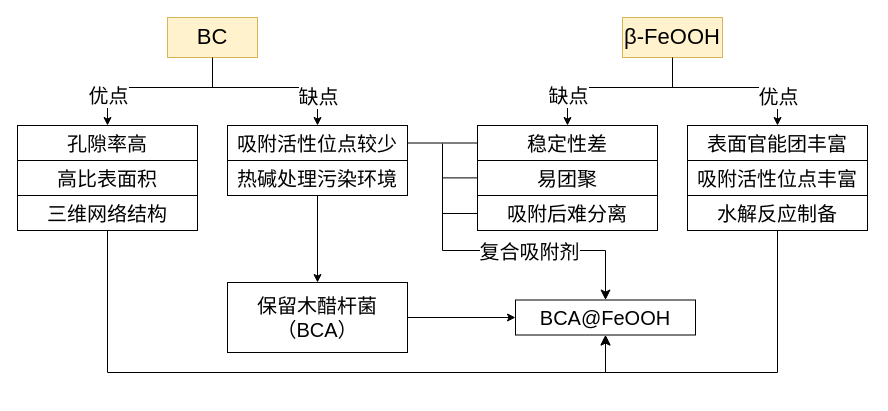
Before: 答辩.drawio in liuzhongkun1/drawio, a draw.io diagram. Source tidied: cells renumbered, new cells numbered last; positions are measured from the earlier drawing's top-left corner, leaving out a move shared by most shapes. Both pictures are drawn from the tidied source at 100%, with x=0, y=0 at pixel (17, 17).
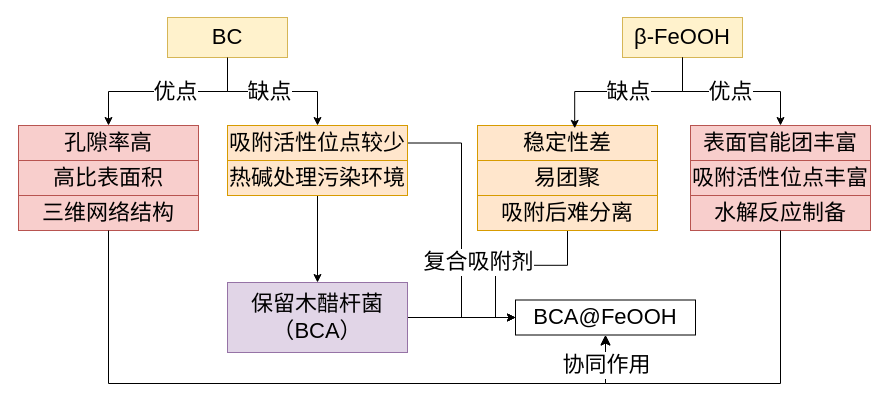
The same page after the edit.

Change to the diagram source:
```diff
@@
+    <mxCell id="34" style="edgeStyle=orthogonalEdgeStyle;rounded=0;jettySize=auto;html=1;entryX=0.5;entryY=0;entryDx=0;entryDy=0;fontSize=22;" parent="1" edge="1" source="2" target="4">
+      <mxGeometry relative="1" as="geometry" />
+    </mxCell>
+    <mxCell id="35" value="&lt;font&gt;缺点&lt;/font&gt;" style="edgeLabel;html=1;align=center;verticalAlign=middle;labelBackgroundColor=default;fontSize=22;" parent="34" vertex="1">
+      <mxGeometry x="-0.05" y="3" relative="1" as="geometry">
+        <mxPoint y="3" as="offset" />
+      </mxGeometry>
+    </mxCell>
-    <mxCell id="2" value="&lt;font style=&quot;font-size: 22px;&quot;&gt;BC&lt;/font&gt;" style="rounded=0;whiteSpace=wrap;html=1;fillColor=#fff2cc;strokeColor=#d6b656;" parent="1" vertex="1">
-      <mxGeometry x="150" width="90" height="40" as="geometry" />
+    <mxCell id="2" value="&lt;font&gt;BC&lt;/font&gt;" style="rounded=0;whiteSpace=wrap;html=1;fillColor=#fff2cc;strokeColor=#d6b656;fontSize=22;" parent="1" vertex="1">
+      <mxGeometry x="150" width="120" height="40" as="geometry" />
     </mxCell>
-    <mxCell id="3" value="&lt;font style=&quot;font-size: 20px;&quot;&gt;孔隙率高&lt;/font&gt;" style="rounded=0;whiteSpace=wrap;html=1;align=center;verticalAlign=middle;" parent="1" vertex="1">
-      <mxGeometry y="108" width="180" height="35" as="geometry" />
+    <mxCell id="3" value="&lt;font&gt;孔隙率高&lt;/font&gt;" style="rounded=0;whiteSpace=wrap;html=1;align=center;verticalAlign=middle;fillColor=#f8cecc;strokeColor=#b85450;fontSize=22;" parent="1" vertex="1">
+      <mxGeometry x="1" y="108" width="180" height="35" as="geometry" />
     </mxCell>
+    <mxCell id="36" style="edgeStyle=orthogonalEdgeStyle;rounded=0;jettySize=auto;html=1;entryX=0;entryY=0.5;entryDx=0;entryDy=0;" parent="1" edge="1" source="4" target="31">
+      <mxGeometry relative="1" as="geometry" />
+    </mxCell>
-    <mxCell id="4" value="&lt;font style=&quot;font-size: 20px;&quot;&gt;吸附活性位点较少&lt;/font&gt;" style="rounded=0;whiteSpace=wrap;html=1;align=center;verticalAlign=middle;" parent="1" vertex="1">
+    <mxCell id="4" value="&lt;font&gt;吸附活性位点较少&lt;/font&gt;" style="rounded=0;whiteSpace=wrap;html=1;align=center;verticalAlign=middle;fillColor=#ffe6cc;strokeColor=#d79b00;fontSize=22;" parent="1" vertex="1">
       <mxGeometry x="210" y="108" width="180" height="35" as="geometry" />
     </mxCell>
-    <mxCell id="5" style="endArrow=classic;startArrow=classic;html=1;rounded=0;exitX=0.5;exitY=0;exitDx=0;exitDy=0;" parent="1" edge="1" source="3" target="4">
-      <mxGeometry relative="1" as="geometry">
-        <Array as="points">
-          <mxPoint x="90" y="70" />
-          <mxPoint x="300" y="70" />
-        </Array>
-      </mxGeometry>
-    </mxCell>
-    <mxCell id="6" value="缺点" style="edgeLabel;html=1;align=center;verticalAlign=middle;fontSize=20;" parent="5" vertex="1">
-      <mxGeometry x="0.82" y="-2" relative="1" as="geometry">
-        <mxPoint x="2" y="-4" as="offset" />
-      </mxGeometry>
-    </mxCell>
-    <mxCell id="7" value="优点" style="edgeLabel;html=1;align=center;verticalAlign=middle;fontSize=20;" parent="5" vertex="1">
-      <mxGeometry x="-0.78" relative="1" as="geometry" />
-    </mxCell>
-    <mxCell id="8" style="endArrow=none;html=1;rounded=0;entryX=0.5;entryY=1;entryDx=0;entryDy=0;" parent="1" edge="1" target="2">
-      <mxGeometry relative="1" as="geometry">
-        <mxPoint x="195" y="70" as="sourcePoint" />
-      </mxGeometry>
-    </mxCell>
-    <mxCell id="9" style="edgeStyle=orthogonalEdgeStyle;rounded=0;jettySize=auto;html=1;" parent="1" edge="1" source="10" target="28">
+    <mxCell id="9" style="edgeStyle=orthogonalEdgeStyle;rounded=0;jettySize=auto;html=1;fontSize=22;" parent="1" edge="1" source="10" target="28">
       <mxGeometry relative="1" as="geometry" />
     </mxCell>
-    <mxCell id="10" value="&lt;font style=&quot;font-size: 20px;&quot;&gt;热碱处理污染环境&lt;/font&gt;" style="rounded=0;whiteSpace=wrap;html=1;align=center;verticalAlign=middle;" parent="1" vertex="1">
+    <mxCell id="10" value="&lt;font&gt;热碱处理污染环境&lt;/font&gt;" style="rounded=0;whiteSpace=wrap;html=1;align=center;verticalAlign=middle;fillColor=#ffe6cc;strokeColor=#d79b00;fontSize=22;" parent="1" vertex="1">
       <mxGeometry x="210" y="143" width="180" height="35" as="geometry" />
     </mxCell>
-    <mxCell id="11" value="&lt;font style=&quot;font-size: 20px;&quot;&gt;高比表面积&lt;/font&gt;" style="rounded=0;whiteSpace=wrap;html=1;align=center;verticalAlign=middle;" parent="1" vertex="1">
-      <mxGeometry y="143" width="180" height="35" as="geometry" />
+    <mxCell id="11" value="&lt;font&gt;高比表面积&lt;/font&gt;" style="rounded=0;whiteSpace=wrap;html=1;align=center;verticalAlign=middle;fillColor=#f8cecc;strokeColor=#b85450;fontSize=22;" parent="1" vertex="1">
+      <mxGeometry x="1" y="143" width="180" height="35" as="geometry" />
     </mxCell>
-    <mxCell id="12" value="&lt;font style=&quot;font-size: 22px;&quot;&gt;β-FeOOH&lt;/font&gt;" style="rounded=0;whiteSpace=wrap;html=1;fillColor=#fff2cc;strokeColor=#d6b656;" parent="1" vertex="1">
-      <mxGeometry x="605" width="100" height="40" as="geometry" />
+    <mxCell id="12" value="&lt;font&gt;β-FeOOH&lt;/font&gt;" style="rounded=0;whiteSpace=wrap;html=1;fillColor=#fff2cc;strokeColor=#d6b656;fontSize=22;" parent="1" vertex="1">
+      <mxGeometry x="605" width="120" height="40" as="geometry" />
     </mxCell>
-    <mxCell id="13" value="&lt;font style=&quot;font-size: 20px;&quot;&gt;稳定性差&lt;/font&gt;" style="rounded=0;whiteSpace=wrap;html=1;align=center;verticalAlign=middle;" parent="1" vertex="1">
+    <mxCell id="13" value="&lt;font&gt;稳定性差&lt;/font&gt;" style="rounded=0;whiteSpace=wrap;html=1;align=center;verticalAlign=middle;fillColor=#ffe6cc;strokeColor=#d79b00;fontSize=22;" parent="1" vertex="1">
       <mxGeometry x="460" y="108" width="180" height="35" as="geometry" />
     </mxCell>
-    <mxCell id="14" value="&lt;span style=&quot;font-size: 20px;&quot;&gt;表面官能团丰富&lt;/span&gt;" style="rounded=0;whiteSpace=wrap;html=1;align=center;verticalAlign=middle;" parent="1" vertex="1">
-      <mxGeometry x="670" y="108" width="180" height="35" as="geometry" />
+    <mxCell id="14" value="&lt;span&gt;表面官能团丰富&lt;/span&gt;" style="rounded=0;whiteSpace=wrap;html=1;align=center;verticalAlign=middle;fillColor=#f8cecc;strokeColor=#b85450;fontSize=22;" parent="1" vertex="1">
+      <mxGeometry x="673" y="108" width="180" height="35" as="geometry" />
     </mxCell>
-    <mxCell id="15" style="endArrow=classic;startArrow=classic;html=1;rounded=0;exitX=0.5;exitY=0;exitDx=0;exitDy=0;" parent="1" edge="1" source="13" target="14">
-      <mxGeometry relative="1" as="geometry">
-        <Array as="points">
-          <mxPoint x="550" y="70" />
-          <mxPoint x="760" y="70" />
-        </Array>
-      </mxGeometry>
-    </mxCell>
-    <mxCell id="16" value="优点" style="edgeLabel;html=1;align=center;verticalAlign=middle;fontSize=20;" parent="15" vertex="1">
-      <mxGeometry x="0.82" y="-2" relative="1" as="geometry">
-        <mxPoint x="2" y="-4" as="offset" />
-      </mxGeometry>
-    </mxCell>
-    <mxCell id="17" value="缺点" style="edgeLabel;html=1;align=center;verticalAlign=middle;fontSize=20;" parent="15" vertex="1">
-      <mxGeometry x="-0.78" relative="1" as="geometry" />
-    </mxCell>
-    <mxCell id="18" style="endArrow=none;html=1;rounded=0;entryX=0.5;entryY=1;entryDx=0;entryDy=0;" parent="1" edge="1" target="12">
-      <mxGeometry relative="1" as="geometry">
-        <mxPoint x="655" y="70" as="sourcePoint" />
-      </mxGeometry>
-    </mxCell>
-    <mxCell id="19" value="&lt;font style=&quot;font-size: 20px;&quot;&gt;吸附活性位点丰富&lt;/font&gt;" style="rounded=0;whiteSpace=wrap;html=1;align=center;verticalAlign=middle;" parent="1" vertex="1">
-      <mxGeometry x="670" y="143" width="180" height="35" as="geometry" />
+    <mxCell id="19" value="&lt;font&gt;吸附活性位点丰富&lt;/font&gt;" style="rounded=0;whiteSpace=wrap;html=1;align=center;verticalAlign=middle;fillColor=#f8cecc;strokeColor=#b85450;fontSize=22;" parent="1" vertex="1">
+      <mxGeometry x="673" y="143" width="180" height="35" as="geometry" />
     </mxCell>
-    <mxCell id="20" value="&lt;font style=&quot;font-size: 20px;&quot;&gt;易团聚&lt;/font&gt;" style="rounded=0;whiteSpace=wrap;html=1;align=center;verticalAlign=middle;" parent="1" vertex="1">
+    <mxCell id="20" value="&lt;font&gt;易团聚&lt;/font&gt;" style="rounded=0;whiteSpace=wrap;html=1;align=center;verticalAlign=middle;fillColor=#ffe6cc;strokeColor=#d79b00;fontSize=22;" parent="1" vertex="1">
       <mxGeometry x="460" y="143" width="180" height="35" as="geometry" />
     </mxCell>
+    <mxCell id="37" style="edgeStyle=orthogonalEdgeStyle;rounded=0;jettySize=auto;html=1;entryX=0;entryY=0.5;entryDx=0;entryDy=0;" parent="1" edge="1" source="21" target="31">
+      <mxGeometry relative="1" as="geometry" />
+    </mxCell>
-    <mxCell id="21" value="&lt;font style=&quot;font-size: 20px;&quot;&gt;吸附后难分离&lt;/font&gt;" style="rounded=0;whiteSpace=wrap;html=1;align=center;verticalAlign=middle;" parent="1" vertex="1">
+    <mxCell id="21" value="&lt;font&gt;吸附后难分离&lt;/font&gt;" style="rounded=0;whiteSpace=wrap;html=1;align=center;verticalAlign=middle;fillColor=#ffe6cc;strokeColor=#d79b00;fontSize=22;" parent="1" vertex="1">
       <mxGeometry x="460" y="178" width="180" height="35" as="geometry" />
     </mxCell>
-    <mxCell id="22" value="&lt;font style=&quot;font-size: 20px;&quot;&gt;水解反应制备&lt;/font&gt;" style="rounded=0;whiteSpace=wrap;html=1;align=center;verticalAlign=middle;" parent="1" vertex="1">
-      <mxGeometry x="670" y="178" width="180" height="35" as="geometry" />
+    <mxCell id="22" value="&lt;font&gt;水解反应制备&lt;/font&gt;" style="rounded=0;whiteSpace=wrap;html=1;align=center;verticalAlign=middle;fillColor=#f8cecc;strokeColor=#b85450;fontSize=22;" parent="1" vertex="1">
+      <mxGeometry x="673" y="178" width="180" height="35" as="geometry" />
     </mxCell>
-    <mxCell id="23" value="&lt;font style=&quot;font-size: 20px;&quot;&gt;三维网络结构&lt;/font&gt;" style="rounded=0;whiteSpace=wrap;html=1;align=center;verticalAlign=middle;" parent="1" vertex="1">
-      <mxGeometry y="178" width="180" height="35" as="geometry" />
+    <mxCell id="23" value="&lt;font&gt;三维网络结构&lt;/font&gt;" style="rounded=0;whiteSpace=wrap;html=1;align=center;verticalAlign=middle;fillColor=#f8cecc;strokeColor=#b85450;fontSize=22;" parent="1" vertex="1">
+      <mxGeometry x="1" y="178" width="180" height="35" as="geometry" />
     </mxCell>
-    <mxCell id="24" style="endArrow=none;html=1;rounded=0;entryX=0;entryY=0.5;entryDx=0;entryDy=0;" parent="1" edge="1">
-      <mxGeometry relative="1" as="geometry">
-        <mxPoint x="425" y="196" as="sourcePoint" />
-        <mxPoint x="460" y="196" as="targetPoint" />
-      </mxGeometry>
-    </mxCell>
-    <mxCell id="25" style="endArrow=none;html=1;rounded=0;entryX=0;entryY=0.5;entryDx=0;entryDy=0;" parent="1" edge="1">
-      <mxGeometry relative="1" as="geometry">
-        <mxPoint x="425" y="160.4" as="sourcePoint" />
-        <mxPoint x="460" y="160.4" as="targetPoint" />
-      </mxGeometry>
-    </mxCell>
-    <mxCell id="26" style="endArrow=none;html=1;rounded=0;entryX=0;entryY=0.5;entryDx=0;entryDy=0;exitX=1;exitY=0.5;exitDx=0;exitDy=0;" parent="1" edge="1" source="4" target="13">
-      <mxGeometry relative="1" as="geometry" />
-    </mxCell>
-    <mxCell id="27" style="edgeStyle=orthogonalEdgeStyle;rounded=0;jettySize=auto;html=1;" parent="1" edge="1" source="28" target="31">
+    <mxCell id="27" style="edgeStyle=orthogonalEdgeStyle;rounded=0;jettySize=auto;html=1;fontSize=22;" parent="1" edge="1" source="28" target="31">
       <mxGeometry relative="1" as="geometry" />
     </mxCell>
+    <mxCell id="30" value="&lt;font style=&quot;font-size: 22px;&quot;&gt;复合吸附剂&lt;/font&gt;" style="edgeLabel;html=1;align=center;verticalAlign=middle;" parent="27" vertex="1">
+      <mxGeometry x="-0.05" y="-1" relative="1" as="geometry">
+        <mxPoint x="19" y="-57" as="offset" />
+      </mxGeometry>
+    </mxCell>
-    <mxCell id="28" value="&lt;font style=&quot;font-size: 20px;&quot;&gt;保留木醋杆菌（BCA）&lt;/font&gt;" style="whiteSpace=wrap;html=1;rounded=0;" parent="1" vertex="1">
+    <mxCell id="28" value="&lt;font&gt;保留木醋杆菌&lt;/font&gt;&lt;div&gt;&lt;font style=&quot;background-color: transparent; color: light-dark(rgb(0, 0, 0), rgb(255, 255, 255));&quot;&gt;（&lt;/font&gt;&lt;span style=&quot;background-color: transparent; color: light-dark(rgb(0, 0, 0), rgb(255, 255, 255));&quot;&gt;BCA）&lt;/span&gt;&lt;/div&gt;" style="whiteSpace=wrap;html=1;rounded=0;fillColor=#e1d5e7;strokeColor=#9673a6;fontSize=22;" parent="1" vertex="1">
       <mxGeometry x="210" y="265" width="180" height="70" as="geometry" />
     </mxCell>
-    <mxCell id="29" style="edgeStyle=elbowEdgeStyle;elbow=vertical;endArrow=classic;html=1;curved=0;rounded=0;endSize=8;startSize=8;entryX=0.5;entryY=0;entryDx=0;entryDy=0;" parent="1" edge="1" target="31">
-      <mxGeometry relative="1" as="geometry">
-        <mxPoint x="425" y="126" as="sourcePoint" />
-        <Array as="points">
-          <mxPoint x="483" y="233" />
-        </Array>
-      </mxGeometry>
-    </mxCell>
-    <mxCell id="30" value="复合吸附剂" style="edgeLabel;html=1;align=center;verticalAlign=middle;fontSize=20;" parent="29" vertex="1">
-      <mxGeometry x="0.45" relative="1" as="geometry">
-        <mxPoint x="-39" as="offset" />
-      </mxGeometry>
-    </mxCell>
-    <mxCell id="31" value="BCA@FeOOH" style="whiteSpace=wrap;html=1;rounded=0;fontSize=20;" parent="1" vertex="1">
+    <mxCell id="31" value="BCA@FeOOH" style="whiteSpace=wrap;html=1;rounded=0;fontSize=22;fillColor=none;" parent="1" vertex="1">
       <mxGeometry x="498" y="282.5" width="180" height="35" as="geometry" />
     </mxCell>
-    <mxCell id="32" style="edgeStyle=elbowEdgeStyle;elbow=vertical;endArrow=classic;html=1;curved=0;rounded=0;endSize=8;startSize=8;exitX=0.5;exitY=1;exitDx=0;exitDy=0;entryX=0.5;entryY=1;entryDx=0;entryDy=0;" parent="1" edge="1" source="23" target="31">
+    <mxCell id="32" style="edgeStyle=elbowEdgeStyle;elbow=vertical;endArrow=classic;html=1;curved=0;rounded=0;endSize=8;startSize=8;exitX=0.5;exitY=1;exitDx=0;exitDy=0;entryX=0.5;entryY=1;entryDx=0;entryDy=0;fontSize=22;" parent="1" edge="1" source="23" target="31">
       <mxGeometry relative="1" as="geometry">
         <Array as="points">
-          <mxPoint x="82" y="355" />
+          <mxPoint x="341" y="366" />
         </Array>
       </mxGeometry>
     </mxCell>
-    <mxCell id="33" style="edgeStyle=elbowEdgeStyle;elbow=vertical;endArrow=classic;html=1;curved=0;rounded=0;endSize=8;startSize=8;exitX=0.5;exitY=1;exitDx=0;exitDy=0;entryX=0.5;entryY=1;entryDx=0;entryDy=0;" parent="1" edge="1" source="22" target="31">
+    <mxCell id="33" style="edgeStyle=elbowEdgeStyle;elbow=vertical;endArrow=classic;html=1;curved=0;rounded=0;endSize=8;startSize=8;exitX=0.5;exitY=1;exitDx=0;exitDy=0;entryX=0.5;entryY=1;entryDx=0;entryDy=0;fontSize=22;" parent="1" edge="1" source="22" target="31">
       <mxGeometry relative="1" as="geometry">
         <Array as="points">
-          <mxPoint x="730" y="355" />
+          <mxPoint x="673" y="366" />
         </Array>
       </mxGeometry>
     </mxCell>
+    <mxCell id="38" value="&lt;font style=&quot;font-size: 22px;&quot;&gt;协同作用&lt;/font&gt;" style="edgeLabel;html=1;align=center;verticalAlign=middle;" parent="33" vertex="1">
+      <mxGeometry x="0.87" y="-1" relative="1" as="geometry">
+        <mxPoint x="-1" y="5" as="offset" />
+      </mxGeometry>
+    </mxCell>
+    <mxCell id="39" style="edgeStyle=orthogonalEdgeStyle;rounded=0;jettySize=auto;html=1;entryX=0.5;entryY=0;entryDx=0;entryDy=0;exitX=0.5;exitY=1;exitDx=0;exitDy=0;fontSize=22;" parent="1" edge="1" source="2" target="3">
+      <mxGeometry relative="1" as="geometry" />
+    </mxCell>
+    <mxCell id="40" value="&lt;font&gt;优点&lt;/font&gt;" style="edgeLabel;html=1;align=center;verticalAlign=middle;labelBackgroundColor=default;fontSize=22;" parent="39" vertex="1">
+      <mxGeometry x="0.06" y="2" relative="1" as="geometry">
+        <mxPoint x="12" y="-2" as="offset" />
+      </mxGeometry>
+    </mxCell>
+    <mxCell id="41" style="edgeStyle=orthogonalEdgeStyle;rounded=0;jettySize=auto;html=1;entryX=0.5;entryY=0;entryDx=0;entryDy=0;exitX=0.5;exitY=1;exitDx=0;exitDy=0;fontSize=22;" parent="1" edge="1" source="12" target="14">
+      <mxGeometry relative="1" as="geometry" />
+    </mxCell>
+    <mxCell id="42" value="&lt;font&gt;优点&lt;/font&gt;" style="edgeLabel;html=1;align=center;verticalAlign=middle;labelBackgroundColor=#FFFFFF;fontSize=22;" parent="41" vertex="1">
+      <mxGeometry x="-0.02" relative="1" as="geometry" />
+    </mxCell>
+    <mxCell id="43" style="edgeStyle=orthogonalEdgeStyle;rounded=0;jettySize=auto;html=1;entryX=0.54;entryY=0.081;entryDx=0;entryDy=0;exitX=0.5;exitY=1;exitDx=0;exitDy=0;entryPerimeter=0;fontSize=22;" parent="1" edge="1" source="12" target="13">
+      <mxGeometry relative="1" as="geometry" />
+    </mxCell>
+    <mxCell id="44" value="&lt;font&gt;缺点&lt;/font&gt;" style="edgeLabel;html=1;align=center;verticalAlign=middle;labelBackgroundColor=#FFFFFF;fontSize=22;" parent="43" vertex="1">
+      <mxGeometry relative="1" as="geometry" />
+    </mxCell>
```
